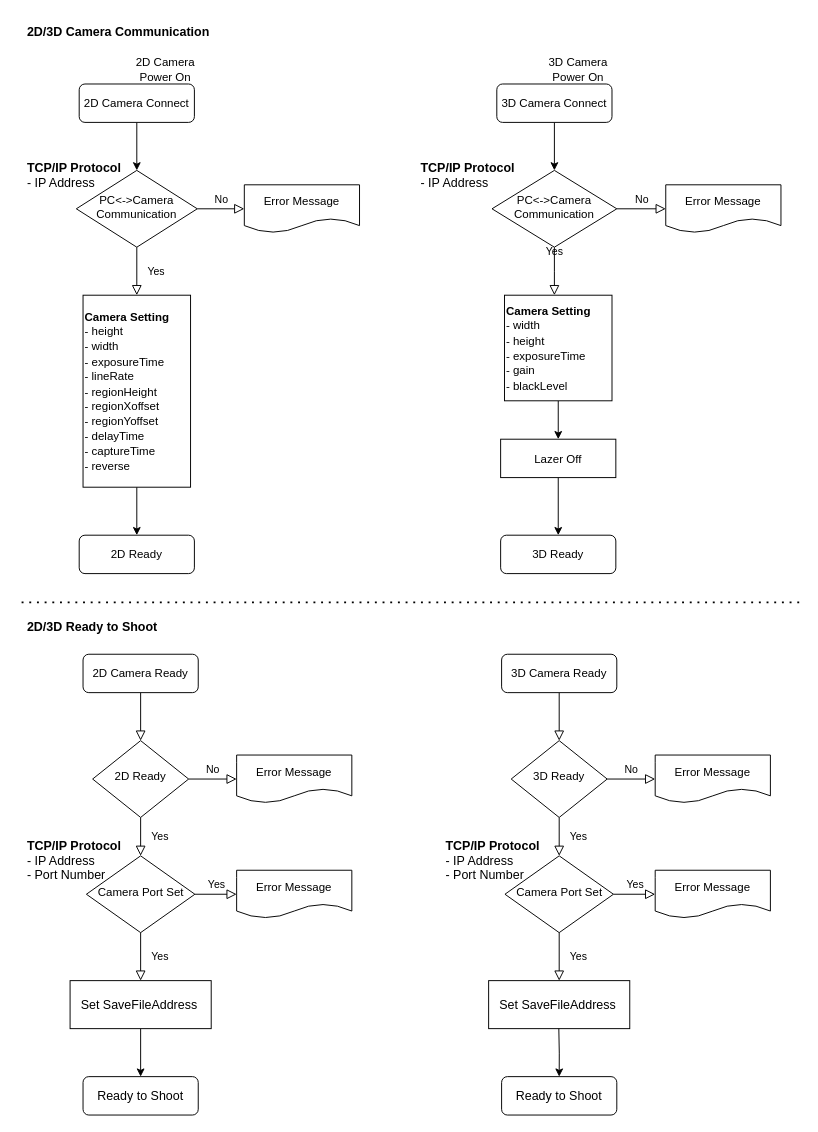
This is 제목 없는 다이어그램.drawio from Mori2222/rpfirst, a draw.io file, before an edit. Source tidied: cells renumbered, new cells numbered last; positions are measured from the earlier drawing's top-left corner, leaving out a move shared by most shapes. Both pictures are drawn from the tidied source at 96%, with x=0, y=0 at pixel (16, 16).
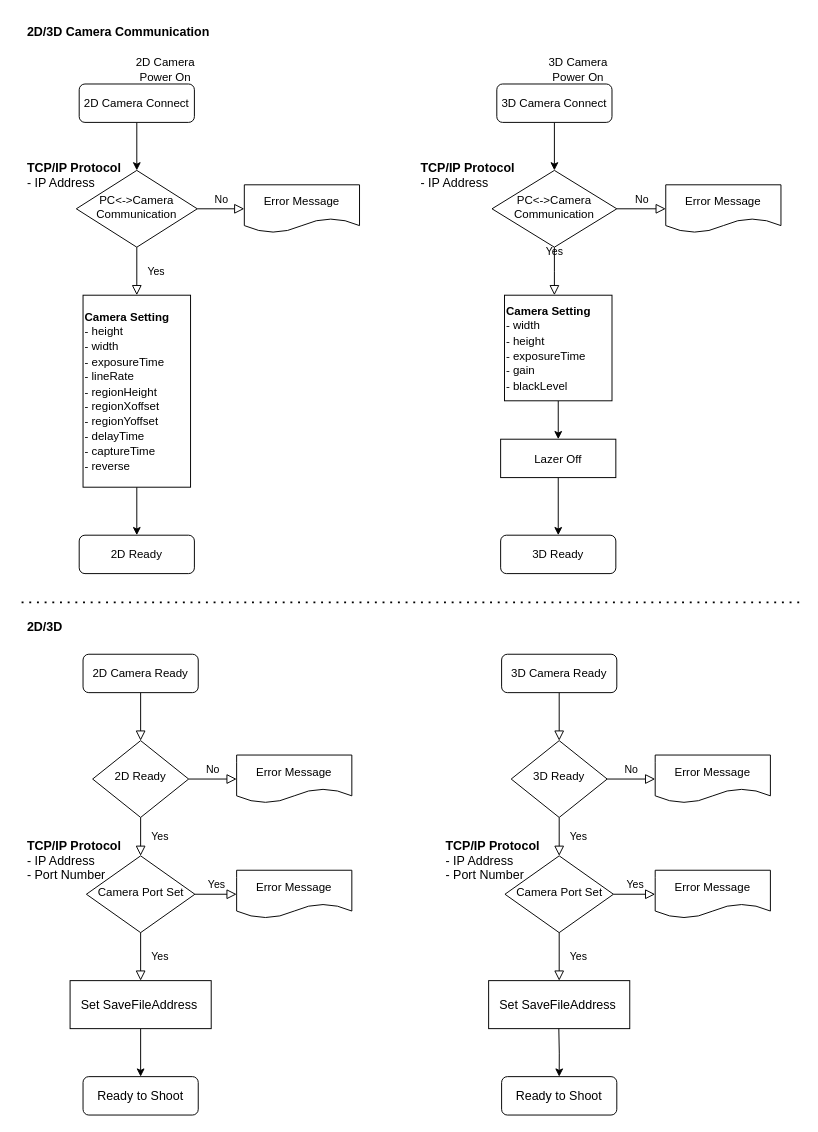
After the change.

Commit message:
과제 플루차트.drawio 업데이트

Diff of the diagram source:
```diff
@@
-    <mxCell id="56" value="2D/3D Ready to Shoot" style="text;strokeColor=none;fillColor=none;align=left;verticalAlign=middle;spacingLeft=4;spacingRight=4;overflow=hidden;fontStyle=1;fontSize=13;" parent="1" vertex="1">
+    <mxCell id="56" value="2D/3D" style="text;strokeColor=none;fillColor=none;align=left;verticalAlign=middle;spacingLeft=4;spacingRight=4;overflow=hidden;fontStyle=1;fontSize=13;" parent="1" vertex="1">
       <mxGeometry x="5" y="620" width="203" height="30" as="geometry" />
     </mxCell>
```
